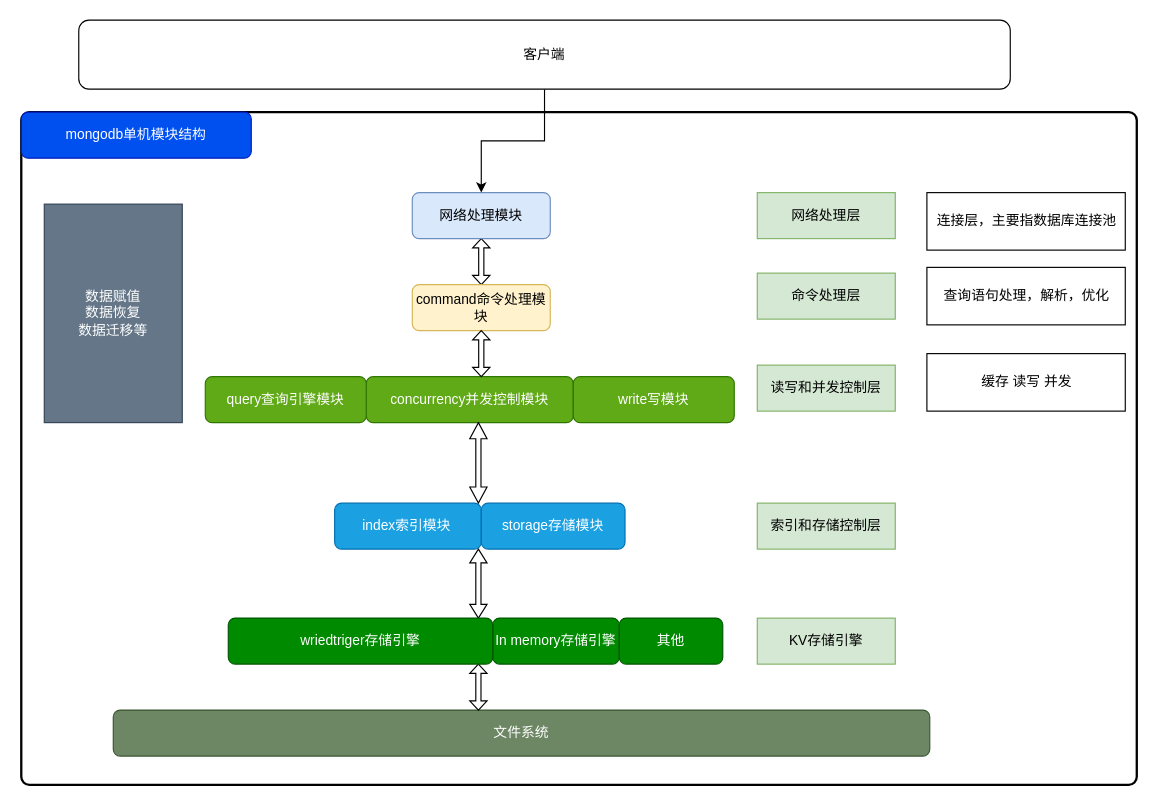
Before: img/mongo软件结构.drawio in 15615639083/15615639083.github.io, a draw.io diagram. Source tidied: cells renumbered, new cells numbered last; positions are measured from the earlier drawing's top-left corner, leaving out a move shared by most shapes. Both pictures are drawn from the tidied source at 115%, with x=0, y=0 at pixel (21, 20).
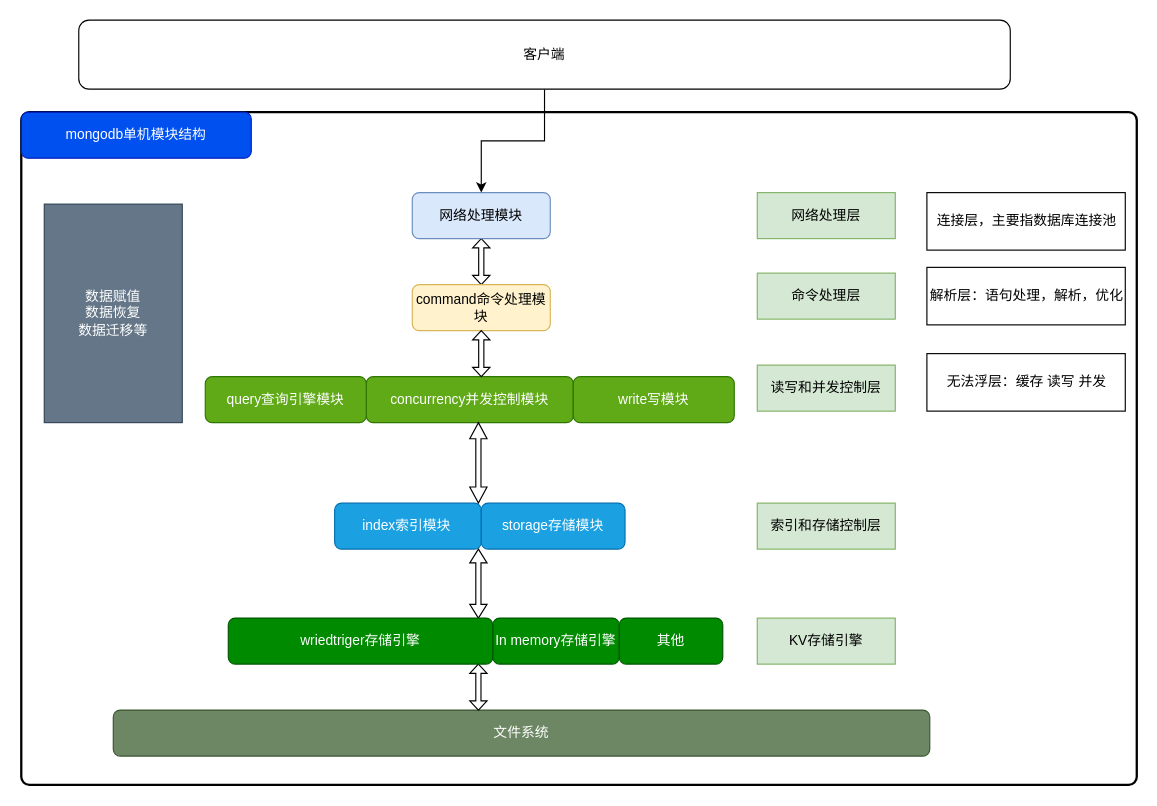
The same page after the edit.

Commit message:
更新mongo软件结构.drawio

Change to the diagram source:
```diff
@@
-    <mxCell id="24" value="查询语句处理，解析，优化" style="rounded=0;whiteSpace=wrap;html=1;" parent="1" vertex="1">
+    <mxCell id="24" value="解析层：语句处理，解析，优化" style="rounded=0;whiteSpace=wrap;html=1;" parent="1" vertex="1">
       <mxGeometry x="787.5" y="215" width="172.5" height="50" as="geometry" />
     </mxCell>
@@
-    <mxCell id="27" value="缓存 读写 并发" style="rounded=0;whiteSpace=wrap;html=1;" parent="1" vertex="1">
+    <mxCell id="27" value="无法浮层：缓存 读写 并发" style="rounded=0;whiteSpace=wrap;html=1;" parent="1" vertex="1">
       <mxGeometry x="787.5" y="290" width="172.5" height="50" as="geometry" />
     </mxCell>
```
